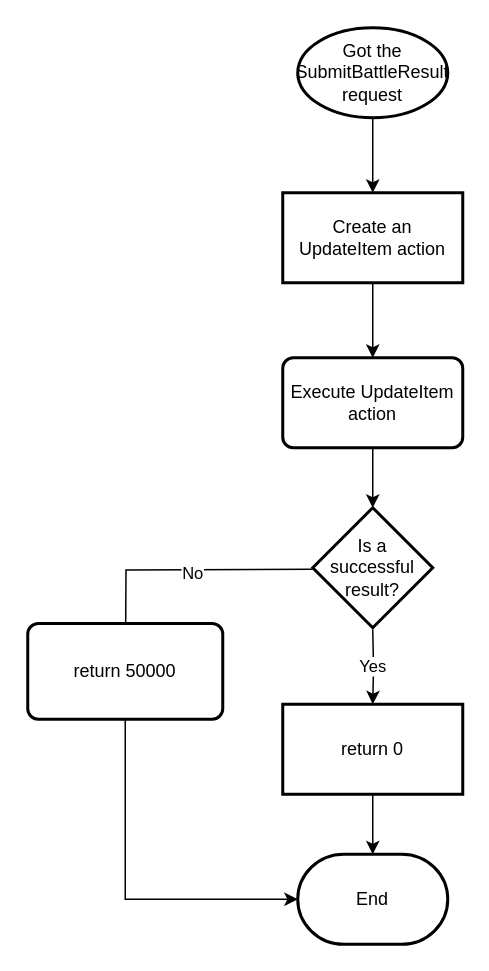
Earlier version of the draw.io diagram page "SubmitBattleResult" (6 of 9) of PVP OOTD.drawio (yaohuiwu/SimpleFS). Source tidied: cells renumbered, new cells numbered last; positions are measured from the earlier drawing's top-left corner, leaving out a move shared by most shapes. Both pictures are drawn from the tidied source at 150%, with x=0, y=0 at pixel (27, 27).
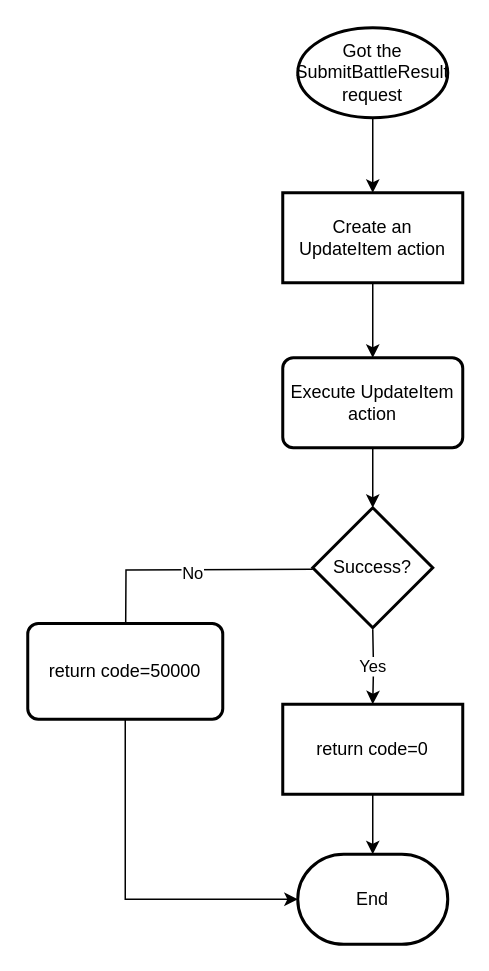
The same diagram, later.

Change to the diagram source:
```diff
@@
 <mxGraphModel>
   <root>
     <mxCell id="0" />
     <mxCell id="1" parent="0" />
     <mxCell id="2" style="edgeStyle=orthogonalEdgeStyle;rounded=0;jettySize=auto;html=1;" parent="1" edge="1" source="3" target="5">
       <mxGeometry relative="1" as="geometry" />
     </mxCell>
     <mxCell id="3" value="Got the SubmitBattleResult request" style="strokeWidth=2;html=1;shape=mxgraph.flowchart.start_1;whiteSpace=wrap;" parent="1" vertex="1">
       <mxGeometry x="180" width="100" height="60" as="geometry" />
     </mxCell>
     <mxCell id="4" style="edgeStyle=orthogonalEdgeStyle;rounded=0;jettySize=auto;html=1;" parent="1" edge="1" source="5" target="16">
       <mxGeometry relative="1" as="geometry" />
     </mxCell>
     <mxCell id="5" value="Create an UpdateItem action" style="whiteSpace=wrap;html=1;strokeWidth=2;" parent="1" vertex="1">
       <mxGeometry x="170" y="110" width="120" height="60" as="geometry" />
     </mxCell>
     <mxCell id="6" value="Yes" style="edgeStyle=orthogonalEdgeStyle;rounded=0;jettySize=auto;html=1;" parent="1" edge="1" target="11">
       <mxGeometry relative="1" as="geometry">
         <mxPoint x="230" y="401" as="sourcePoint" />
       </mxGeometry>
     </mxCell>
     <mxCell id="7" style="edgeStyle=orthogonalEdgeStyle;rounded=0;orthogonalLoop=1;jettySize=auto;html=1;exitX=0;exitY=0.5;exitDx=0;exitDy=0;" parent="1" edge="1">
       <mxGeometry relative="1" as="geometry">
         <mxPoint x="190" y="361" as="sourcePoint" />
         <mxPoint x="65" y="447.2" as="targetPoint" />
       </mxGeometry>
     </mxCell>
     <mxCell id="8" value="No" style="edgeLabel;html=1;align=center;verticalAlign=middle;" parent="7" vertex="1">
       <mxGeometry x="-0.23" y="2" relative="1" as="geometry" />
     </mxCell>
-    <mxCell id="9" value="Is a successful result?" style="rhombus;whiteSpace=wrap;html=1;strokeWidth=2;" parent="1" vertex="1">
+    <mxCell id="9" value="Success?" style="rhombus;whiteSpace=wrap;html=1;strokeWidth=2;" parent="1" vertex="1">
       <mxGeometry x="190" y="320" width="80" height="80" as="geometry" />
     </mxCell>
     <mxCell id="10" style="edgeStyle=orthogonalEdgeStyle;rounded=0;jettySize=auto;html=1;" parent="1" edge="1" source="11" target="12">
       <mxGeometry relative="1" as="geometry" />
     </mxCell>
-    <mxCell id="11" value="return 0" style="whiteSpace=wrap;html=1;strokeWidth=2;" parent="1" vertex="1">
+    <mxCell id="11" value="return code=0" style="whiteSpace=wrap;html=1;strokeWidth=2;" parent="1" vertex="1">
       <mxGeometry x="170" y="451" width="120" height="60" as="geometry" />
     </mxCell>
     <mxCell id="12" value="End" style="strokeWidth=2;html=1;shape=mxgraph.flowchart.terminator;whiteSpace=wrap;" parent="1" vertex="1">
       <mxGeometry x="180" y="551" width="100" height="60" as="geometry" />
     </mxCell>
     <mxCell id="13" style="edgeStyle=orthogonalEdgeStyle;rounded=0;jettySize=auto;html=1;exitX=0.5;exitY=1;exitDx=0;exitDy=0;entryX=0;entryY=0.5;entryDx=0;entryDy=0;entryPerimeter=0;" parent="1" edge="1" source="14" target="12">
       <mxGeometry relative="1" as="geometry" />
     </mxCell>
-    <mxCell id="14" value="return 50000" style="rounded=1;whiteSpace=wrap;html=1;absoluteArcSize=1;arcSize=14;strokeWidth=2;" parent="1" vertex="1">
+    <mxCell id="14" value="return code=50000" style="rounded=1;whiteSpace=wrap;html=1;absoluteArcSize=1;arcSize=14;strokeWidth=2;" parent="1" vertex="1">
       <mxGeometry y="397.2" width="130" height="63.8" as="geometry" />
     </mxCell>
     <mxCell id="15" style="edgeStyle=orthogonalEdgeStyle;rounded=0;jettySize=auto;html=1;" parent="1" edge="1" source="16" target="9">
       <mxGeometry relative="1" as="geometry" />
     </mxCell>
     <mxCell id="16" value="Execute UpdateItem action" style="rounded=1;whiteSpace=wrap;html=1;absoluteArcSize=1;arcSize=14;strokeWidth=2;" parent="1" vertex="1">
       <mxGeometry x="170" y="220" width="120" height="60" as="geometry" />
     </mxCell>
   </root>
 </mxGraphModel>
```
